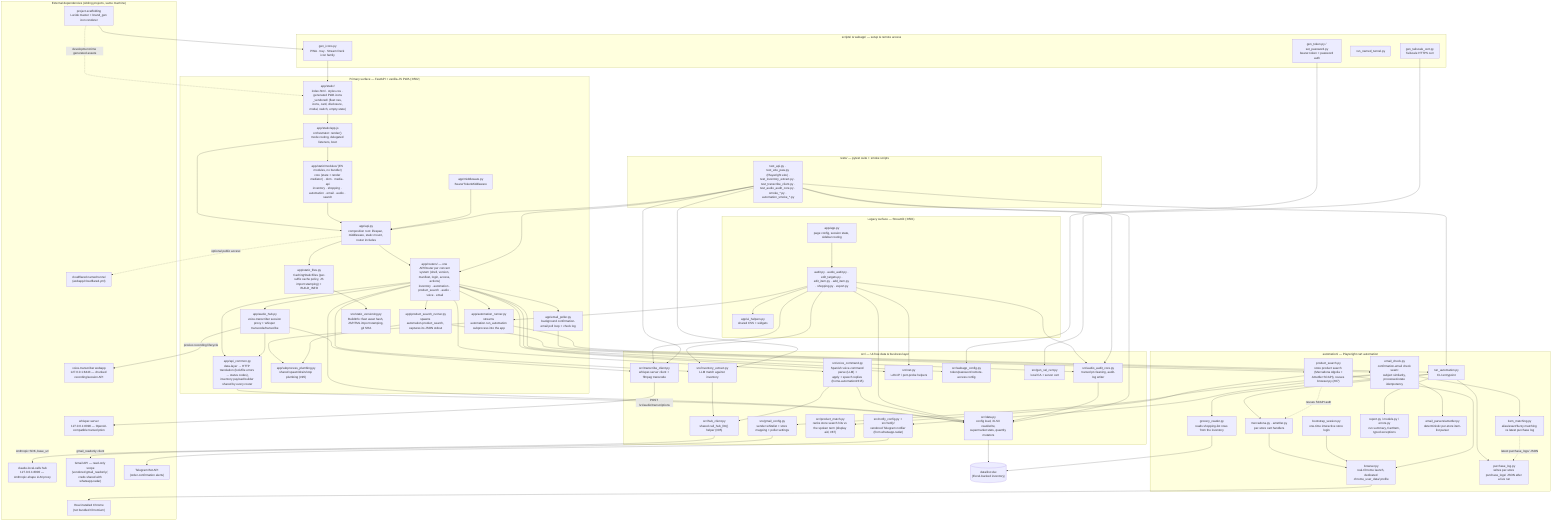
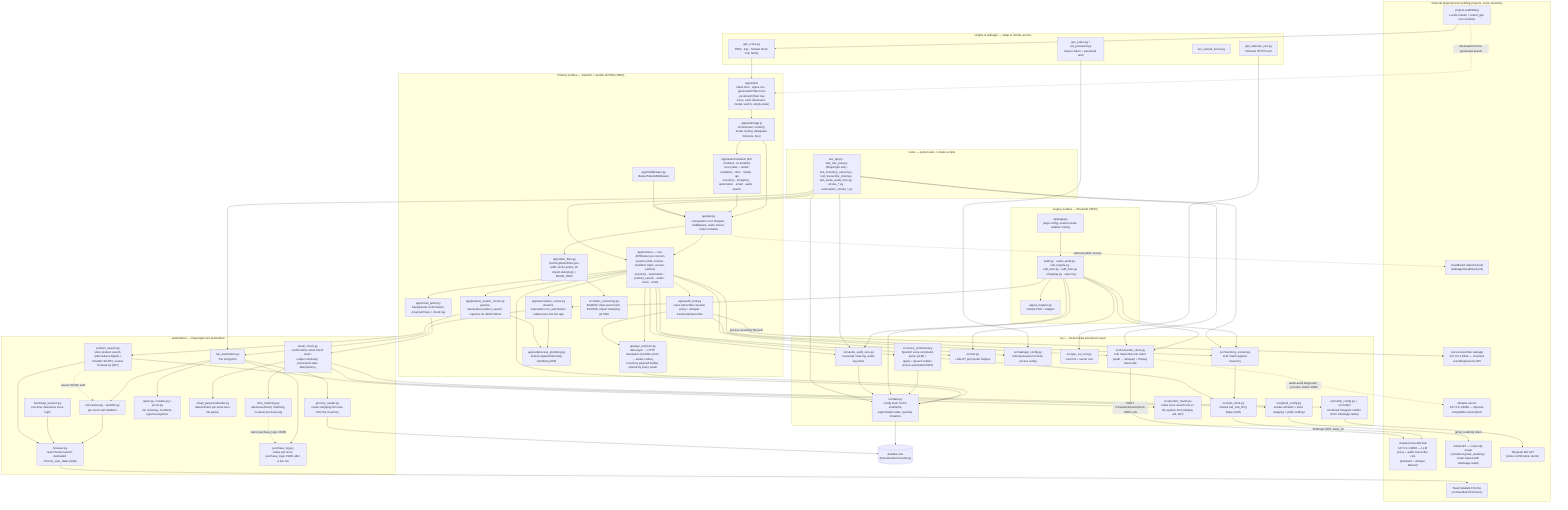
%% docs/architecture.mmd — this repo's own internal structure.
%% Hand-authored, not generated — unlike a fleet-wide crawled map, this
%% repo's own internal shape is semantic and can't be scraped the same way.
%% Update this diagram in the same PR as any material structural change (a
%% new mode/route, a module moved, a new external dependency wired in) —
%% same anti-staleness contract as this repo's own `.fleet.toml` `description`
%% field. See ferraroroberto/fleet-config#256 for the general convention.

flowchart TB
  subgraph frontend["Primary surface — FastAPI + vanilla-JS PWA (:8502)"]
    STATIC["app/static/\nindex.html · styles.css · generated PWA icons\n_vendored/ (fleet nav, icons, card, disclosure, modal, switch, empty-state)"]
    APPJS["app/static/app.js\norchestrator: render() mode routing, delegated listeners, boot"]
    JSMODULES["app/static/modules/ (ES modules, no bundler)\ncore (state + render mediator) · dom · media · api\ninventory · shopping · automation · email · audio · search"]
    API["app/api.py\ncomposition root: lifespan, middleware, static mount, router includes"]
    ROUTERS["app/routers/ — one APIRouter per concern\nsystem (shell, version, manifest, login, access, actions)\ninventory · automation · product_search · audio · voice · email"]
    APICOMMON["app/api_common.py\ndata-layer → HTTP translation (lock/file errors → status codes),\ninventory payload builder shared by every router"]
    AUDIOHUB["app/audio_hub.py\nvoice-transcriber session proxy + whisper transcode/transcribe"]
    STATICFILES["app/static_files.py\nCachingStaticFiles (per-suffix cache policy, JS import stamping) + BUILD_INFO"]
    MW["app/middleware.py\nBearerTokenMiddleware"]
    RUNNER["app/automation_runner.py\nstreams automation.run_automation subprocess into the app"]
    PSRUNNER["app/product_search_runner.py\nspawns automation.product_search, captures its JSON stdout"]
    SUBPROC["app/subprocess_plumbing.py\nshared spawn/drain/stop plumbing (#95)"]
    POLLER["app/email_poller.py\nbackground confirmation-email poll loop + check log"]
    VERSIONING["src/static_versioning.py\nBuildInfo: fleet asset hash, JS/HTML import stamping, git SHA"]
    APPJS --> JSMODULES
    STATIC --> APPJS
    APPJS --> API
    JSMODULES --> API
    MW --> API
    API --> ROUTERS
    API --> STATICFILES
    STATICFILES --> VERSIONING
    ROUTERS --> APICOMMON
    ROUTERS --> AUDIOHUB
    AUDIOHUB --> APICOMMON
    ROUTERS --> RUNNER
    ROUTERS --> PSRUNNER
    RUNNER --> SUBPROC
    PSRUNNER --> SUBPROC
    ROUTERS --> POLLER
  end

  subgraph legacy["Legacy surface — Streamlit (:8501)"]
    APPPY["app/app.py\npage config, session state, sidebar routing"]
    MODES["audit.py · audio_audit.py · edit_targets.py ·\nedit_item.py · add_item.py · shopping.py · export.py"]
    UIHELP["app/ui_helpers.py\nshared CSS + widgets"]
    APPPY --> MODES
    MODES --> UIHELP
    MODES --> RUNNER
  end

  subgraph datalayer["src/ — UI-free data & business layer"]
    DATA["src/data.py\nconfig load, XLSX read/write,\nsupermarket stats, quantity mutators"]
    AUDIOCORE["src/audio_audit_core.py\ntranscript cleaning, audit-log writer"]
    EXTRACT["src/inventory_extract.py\nLLM match against inventory"]
    VOICECMD["src/voice_command.py\nSpanish voice-command parse (LLM) +\napply + speech replies (home-automation#315)"]
    HUBCLIENT["src/hub_client.py\nshared call_hub_llm() helper (#95)"]
    PRODMATCH["src/product_match.py\nranks store search hits vs the spoken term (display aid, #87)"]
-     TRANSCRIBE["src/transcribe_client.py\nwhisper-server client + ffmpeg transcode"]
+     TRANSCRIBE["src/transcribe_client.py\nhub transcribe-role client (audit → whisper) + ffmpeg transcode"]
    NET["src/net.py\nLAN-IP / port-probe helpers"]
    WEBCFG["src/webapp_config.py\ntoken/password remote-access config"]
    GMAILCFG["src/gmail_config.py\nsender whitelist + store mapping + poller settings"]
    NOTIFYCFG["src/notify_config.py + src/notify/\nvendored Telegram notifier (from whatsapp-radar)"]
    SSL["src/gen_ssl_cert.py\nlocal CA + server cert"]
  end
  APICOMMON --> DATA
  ROUTERS --> DATA
  ROUTERS --> AUDIOCORE
  ROUTERS --> EXTRACT
  ROUTERS --> VOICECMD
  EXTRACT --> HUBCLIENT
  VOICECMD --> HUBCLIENT
  VOICECMD --> DATA
  AUDIOHUB --> TRANSCRIBE
  ROUTERS --> NET
  ROUTERS --> WEBCFG
  MODES --> DATA
  MODES --> AUDIOCORE
  MODES --> EXTRACT
  MODES --> TRANSCRIBE
  MODES --> NET
  AUDIOCORE --> DATA

  XLSX[("data/list.xlsx\n(Excel-backed inventory)")]
  DATA --> XLSX

  subgraph cartauto["automation/ — Playwright cart automation"]
    RUNAUTO["run_automation.py\nCLI entrypoint"]
    STOREMODS["mercadona.py · ametller.py\nper-store cart handlers"]
    BROWSER["browser.py\nreal-Chrome launch, dedicated chrome_user_data/ profile"]
    BOOTSTRAP["bootstrap_session.py\none-time interactive store login"]
    READER["grocery_reader.py\nreads shopping-list rows from the inventory"]
    REPORT["report.py / models.py / errors.py\nrun summary, CartItem, typed exceptions"]
    PURCHASELOG["purchase_log.py\nwrites per-store purchase_logs/ JSON after a live run"]
    EMAILCHECK["email_check.py\nconfirmation-email check seam:\nsubject similarity, processed-state idempotency"]
    EMAILPARSERS["email_parsers/ametller.py\ndeterministic per-store item-list parser"]
    ITEMMATCH["item_matching.py\nalias/exact/fuzzy matching vs latest purchase log"]
    PRODSEARCH["product_search.py\nstore product search (Mercadona Algolia +\nAmetller SCAPI), reuses browser.py (#87)"]
    RUNAUTO --> STOREMODS
    STOREMODS --> BROWSER
    BOOTSTRAP --> BROWSER
    RUNAUTO --> READER
    RUNAUTO --> REPORT
    RUNAUTO --> PURCHASELOG
    EMAILCHECK --> EMAILPARSERS
    EMAILCHECK --> ITEMMATCH
    PRODSEARCH --> BROWSER
    PRODSEARCH -.->|reuses SCAPI auth| STOREMODS
  end
  RUNNER --> RUNAUTO
  PSRUNNER --> PRODSEARCH
  PRODSEARCH --> PRODMATCH
  POLLER --> EMAILCHECK
  EMAILCHECK --> GMAILCFG
  EMAILCHECK --> NOTIFYCFG
  ITEMMATCH -.->|latest purchase_logs/ JSON| PURCHASELOG
  READER --> XLSX

  subgraph external["External dependencies (sibling projects, same machine)"]
-     HUB["claude-local-calls hub\n127.0.0.1:8000 — Anthropic-shape LLM proxy"]
+     HUB["claude-local-calls hub\n127.0.0.1:8000 — LLM proxy + audio transcribe role\n(parakeet + whisper failover)"]
    WHISPER["whisper-server\n127.0.0.1:8090 — OpenAI-compatible transcription"]
    VOICET["voice-transcriber webapp\n127.0.0.1:8443 — chunked recording/session API"]
    CHROME["Real installed Chrome\n(not bundled Chromium)"]
    CLOUDFLARE["cloudflared named tunnel\n(webapp/cloudflared.yml)"]
    GMAILAPI["Gmail API — read-only scope\n(vendored gmail_readonly/, creds shared with whatsapp-radar)"]
    TELEGRAM["Telegram Bot API\n(order-confirmation alerts)"]
    SCAFFOLD["project-scaffolding\nLucide master + brand_gen icon renderer"]
  end
  HUBCLIENT -->|Anthropic SDK, base_url| HUB
-   TRANSCRIBE -->|POST /v1/audio/transcriptions| WHISPER
+   TRANSCRIBE -->|POST /v1/audio/transcriptions :8000, role| HUB
+   TRANSCRIBE -.->|audio-audit diagnostic, concrete model :8090| WHISPER
  AUDIOHUB -->|proxies recording lifecycle| VOICET
  BROWSER --> CHROME
  API -.->|optional public access| CLOUDFLARE
  GMAILCFG -->|gmail_readonly client| GMAILAPI
  NOTIFYCFG --> TELEGRAM
  SCAFFOLD -.->|development-time generated assets| STATIC

  subgraph scripts["scripts/ & webapp/ — setup & remote access"]
    GENTOKEN["gen_token.py / set_password.py\nbearer-token + password auth"]
    TAILCERT["gen_tailscale_cert.py\nTailscale HTTPS cert"]
    TUNNEL["run_named_tunnel.py"]
    GENICONS["gen_icons.py\nPWA · tray · Stream Deck icon family"]
  end
  GENTOKEN --> WEBCFG
  TAILCERT --> SSL
  GENICONS --> STATIC
  SCAFFOLD --> GENICONS

  subgraph tests["tests/ — pytest suite + smoke scripts"]
    TESTFILES["test_api.py · test_e2e_pwa.py (Playwright e2e) ·\ntest_inventory_extract.py · test_transcribe_client.py ·\ntest_audio_audit_core.py · smoke_*.py · automation_smoke_*.py"]
  end
  TESTFILES --> API
  TESTFILES --> ROUTERS
  TESTFILES --> DATA
  TESTFILES --> EXTRACT
  TESTFILES --> TRANSCRIBE
  TESTFILES --> AUDIOCORE
  TESTFILES --> RUNAUTO
